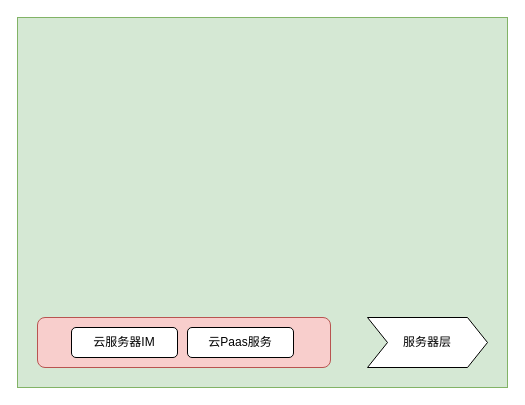
Before: 未命名绘图.drawio in richardwei195/blog, a draw.io diagram. Source tidied: cells renumbered, new cells numbered last; positions are measured from the earlier drawing's top-left corner, leaving out a move shared by most shapes. Both pictures are drawn from the tidied source at 100%, with x=0, y=0 at pixel (17, 17).
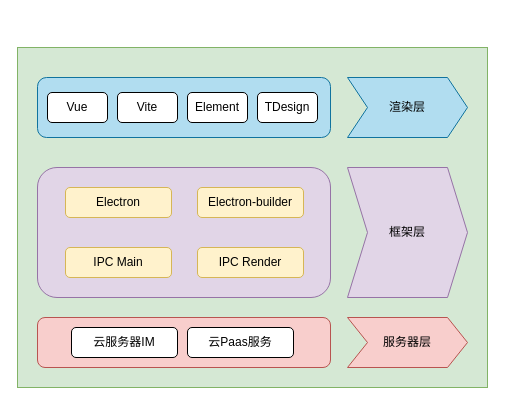
The same diagram, later.

Commit message (it also covers changes not shown here):
更新未命名绘图.drawio

The edit, as a diff of the source:
```diff
@@
 <mxGraphModel>
   <root>
     <mxCell id="0" />
     <mxCell id="1" parent="0" />
     <mxCell id="2" style="rounded=0;whiteSpace=wrap;html=1;fillColor=#d5e8d4;strokeColor=#82b366;" parent="1" vertex="1">
-      <mxGeometry width="490" height="370" as="geometry" />
+      <mxGeometry y="30" width="470" height="340" as="geometry" />
     </mxCell>
     <mxCell id="3" style="rounded=1;whiteSpace=wrap;html=1;fillColor=#f8cecc;strokeColor=#b85450;" parent="1" vertex="1">
       <mxGeometry x="20" y="300" width="293" height="50" as="geometry" />
     </mxCell>
     <mxCell id="4" value="云服务器IM" style="rounded=1;whiteSpace=wrap;html=1;" parent="1" vertex="1">
       <mxGeometry x="54" y="310" width="106" height="30" as="geometry" />
     </mxCell>
     <mxCell id="5" value="云Paas服务" style="rounded=1;whiteSpace=wrap;html=1;" parent="1" vertex="1">
       <mxGeometry x="170" y="310" width="106" height="30" as="geometry" />
     </mxCell>
-    <mxCell id="6" value="服务器层" style="shape=step;perimeter=stepPerimeter;whiteSpace=wrap;html=1;fixedSize=1;" parent="1" vertex="1">
-      <mxGeometry x="350" y="300" width="120" height="50" as="geometry" />
+    <mxCell id="6" value="服务器层" style="shape=step;perimeter=stepPerimeter;whiteSpace=wrap;html=1;fixedSize=1;fillColor=#f8cecc;strokeColor=#b85450;" parent="1" vertex="1">
+      <mxGeometry x="330" y="300" width="120" height="50" as="geometry" />
     </mxCell>
+    <mxCell id="7" value="框架层" style="shape=step;perimeter=stepPerimeter;whiteSpace=wrap;html=1;fixedSize=1;fillColor=#e1d5e7;strokeColor=#9673a6;" parent="1" vertex="1">
+      <mxGeometry x="330" y="150" width="120" height="130" as="geometry" />
+    </mxCell>
+    <mxCell id="8" style="rounded=1;whiteSpace=wrap;html=1;fillColor=#e1d5e7;strokeColor=#9673a6;" parent="1" vertex="1">
+      <mxGeometry x="20" y="150" width="293" height="130" as="geometry" />
+    </mxCell>
+    <mxCell id="9" value="Electron" style="rounded=1;whiteSpace=wrap;html=1;fillColor=#fff2cc;strokeColor=#d6b656;" parent="1" vertex="1">
+      <mxGeometry x="48" y="170" width="106" height="30" as="geometry" />
+    </mxCell>
+    <mxCell id="10" value="Electron-builder" style="rounded=1;whiteSpace=wrap;html=1;fillColor=#fff2cc;strokeColor=#d6b656;" parent="1" vertex="1">
+      <mxGeometry x="180" y="170" width="106" height="30" as="geometry" />
+    </mxCell>
+    <mxCell id="11" value="IPC Main" style="rounded=1;whiteSpace=wrap;html=1;fillColor=#fff2cc;strokeColor=#d6b656;" parent="1" vertex="1">
+      <mxGeometry x="48" y="230" width="106" height="30" as="geometry" />
+    </mxCell>
+    <mxCell id="12" value="IPC Render" style="rounded=1;whiteSpace=wrap;html=1;fillColor=#fff2cc;strokeColor=#d6b656;" parent="1" vertex="1">
+      <mxGeometry x="180" y="230" width="106" height="30" as="geometry" />
+    </mxCell>
+    <mxCell id="13" value="渲染层" style="shape=step;perimeter=stepPerimeter;whiteSpace=wrap;html=1;fixedSize=1;fillColor=#b1ddf0;strokeColor=#10739e;" parent="1" vertex="1">
+      <mxGeometry x="330" y="60" width="120" height="60" as="geometry" />
+    </mxCell>
+    <mxCell id="14" style="rounded=1;whiteSpace=wrap;html=1;fillColor=#b1ddf0;strokeColor=#10739e;" parent="1" vertex="1">
+      <mxGeometry x="20" y="60" width="293" height="60" as="geometry" />
+    </mxCell>
+    <mxCell id="15" value="Vue" style="rounded=1;whiteSpace=wrap;html=1;" parent="1" vertex="1">
+      <mxGeometry x="30" y="75" width="60" height="30" as="geometry" />
+    </mxCell>
+    <mxCell id="16" value="Vite" style="rounded=1;whiteSpace=wrap;html=1;" parent="1" vertex="1">
+      <mxGeometry x="100" y="75" width="60" height="30" as="geometry" />
+    </mxCell>
+    <mxCell id="17" value="Element" style="rounded=1;whiteSpace=wrap;html=1;" parent="1" vertex="1">
+      <mxGeometry x="170" y="75" width="60" height="30" as="geometry" />
+    </mxCell>
+    <mxCell id="18" value="TDesign" style="rounded=1;whiteSpace=wrap;html=1;" parent="1" vertex="1">
+      <mxGeometry x="240" y="75" width="60" height="30" as="geometry" />
+    </mxCell>
   </root>
 </mxGraphModel>
```
